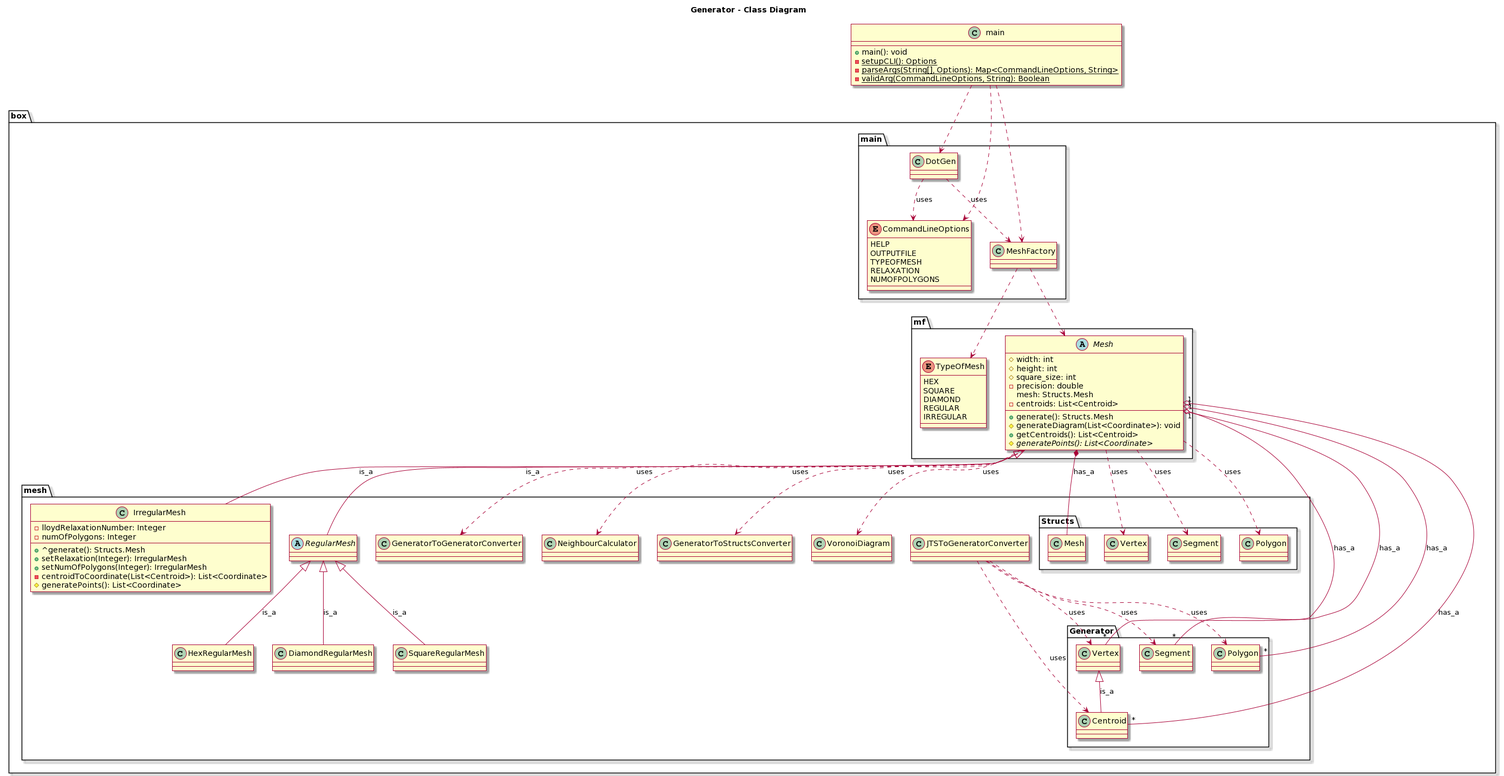
This is umlDiagrams/part3Generator.png from itshady/Island-Generator, a PlantUML export, as it was before one commit. Source of this version:
```plantuml
@startuml
skin rose

title Generator - Class Diagram

page 5x5
skinparam pageMargin 10
skinparam pageExternalColor gray
skinparam pageBorderColor black


namespace box.main {
   class .main {
     +main(): void
    -{static} setupCLI(): Options
    -{static} parseArgs(String[], Options): Map<CommandLineOptions, String>
    -{static} validArg(CommandLineOptions, String): Boolean
   }
   enum box.main.CommandLineOptions {
    HELP
    OUTPUTFILE
    TYPEOFMESH
    RELAXATION
    NUMOFPOLYGONS
   }
  .main ..> box.main.DotGen
  .main ..> box.main.MeshFactory
  .main ..> box.main.CommandLineOptions

  box.main.DotGen ..> box.main.CommandLineOptions: "uses"
  box.main.DotGen ..> box.main.MeshFactory: "uses"
}

namespace box.mesh.Generator {
  box.mesh.JTSToGeneratorConverter ..> box.mesh.Generator.Vertex: "uses"
  box.mesh.JTSToGeneratorConverter ..> box.mesh.Generator.Segment: "uses"
  box.mesh.JTSToGeneratorConverter ..> box.mesh.Generator.Polygon: "uses"
  box.mesh.JTSToGeneratorConverter ..> box.mesh.Generator.Centroid: "uses"
  box.mesh.Generator.Vertex <|-- box.mesh.Generator.Centroid: "is_a"
}

namespace box.mf {
  enum box.mf.TypeOfMesh {
    HEX
    SQUARE
    DIAMOND
    REGULAR
    IRREGULAR
  }
  abstract class box.mf.Mesh {
    #width: int
    #height: int
    #square_size: int
    -precision: double
    mesh: Structs.Mesh
    -centroids: List<Centroid>
    +generate(): Structs.Mesh
    #generateDiagram(List<Coordinate>): void
    +getCentroids(): List<Centroid>
    #{abstract} generatePoints(): List<Coordinate>
  }
  box.main.MeshFactory ..> box.mf.Mesh
  box.main.MeshFactory ..> box.mf.TypeOfMesh
}

namespace box.mesh {
  class box.mesh.IrregularMesh {
    -lloydRelaxationNumber: Integer
    -numOfPolygons: Integer
    +^generate(): Structs.Mesh
    +setRelaxation(Integer): IrregularMesh
    +setNumOfPolygons(Integer): IrregularMesh
    -centroidToCoordinate(List<Centroid>): List<Coordinate>
    #generatePoints(): List<Coordinate>
  }
  abstract class box.mesh.RegularMesh
  class box.mesh.SquareRegularMesh
  class box.mesh.HexRegularMesh
  class box.mesh.DiamondRegularMesh

  box.mf.Mesh <|-- box.mesh.IrregularMesh: "is_a"
  box.mf.Mesh <|-- box.mesh.RegularMesh: "is_a"
  box.mesh.RegularMesh <|-- box.mesh.SquareRegularMesh: "is_a"
  box.mesh.RegularMesh <|-- box.mesh.HexRegularMesh: "is_a"
  box.mesh.RegularMesh <|-- box.mesh.DiamondRegularMesh: "is_a"
  box.mf.Mesh *-- box.mesh.Structs.Mesh: "has_a"
  box.mf.Mesh "1" o-- "*" box.mesh.Generator.Centroid: "has_a"
  box.mf.Mesh ..> box.mesh.GeneratorToGeneratorConverter: "uses"
  box.mf.Mesh ..> box.mesh.NeighbourCalculator: "uses"
  box.mf.Mesh ..> box.mesh.GeneratorToStructsConverter: "uses"
  box.mf.Mesh "1" o-- "*" box.mesh.Generator.Vertex: "has_a"
  box.mf.Mesh "1" o-- "*" box.mesh.Generator.Segment: "has_a"
  box.mf.Mesh "1" o-- "*" box.mesh.Generator.Polygon: "has_a"
  box.mf.Mesh ..> box.mesh.Structs.Vertex: "uses"
  box.mf.Mesh ..> box.mesh.Structs.Segment: "uses"
  box.mf.Mesh ..> box.mesh.Structs.Polygon: "uses"
  box.mf.Mesh ..> box.mesh.VoronoiDiagram: "uses"
}
@enduml
```
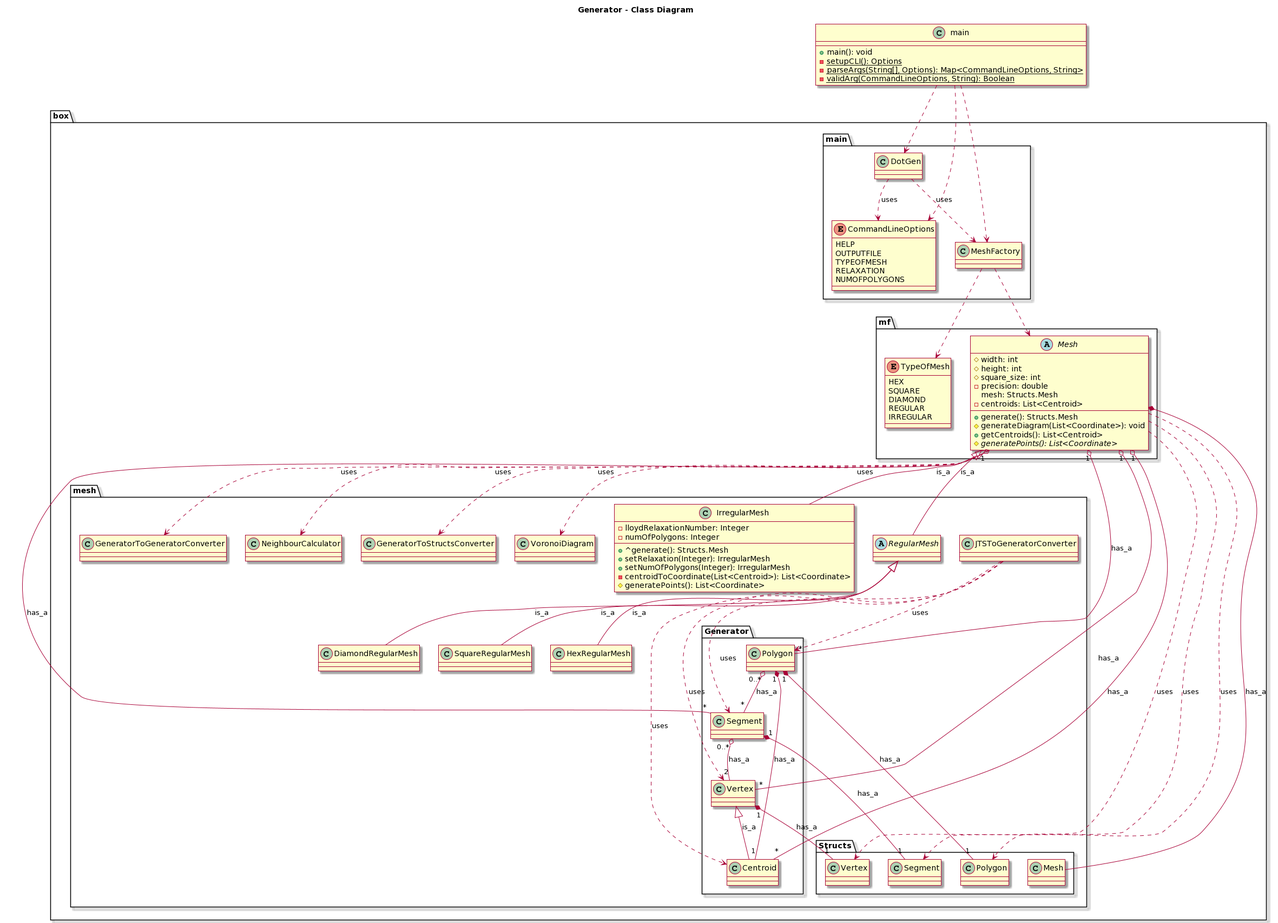
The same file after the commit.

Commit message:
Modified the picture for part 3 generator UML

Change to the diagram source:
```diff
@@ -95,5 +95,14 @@
   box.mf.Mesh ..> box.mesh.Structs.Segment: "uses"
   box.mf.Mesh ..> box.mesh.Structs.Polygon: "uses"
   box.mf.Mesh ..> box.mesh.VoronoiDiagram: "uses"
+
 }
+
+box.mesh.Generator.Vertex "1" *-- "1" box.mesh.Structs.Vertex: "has_a"
+box.mesh.Generator.Segment "1" *-- "1" box.mesh.Structs.Segment: "has_a"
+
+box.mesh.Generator.Segment "0..*" o-- "2" box.mesh.Generator.Vertex: "has_a"
+box.mesh.Generator.Polygon "1" *-- "1" box.mesh.Structs.Polygon: "has_a"
+box.mesh.Generator.Polygon "0..*" o-- "*" box.mesh.Generator.Segment: "has_a"
+box.mesh.Generator.Polygon "1" *-- "1" box.mesh.Generator.Centroid: "has_a"
 @enduml
```
